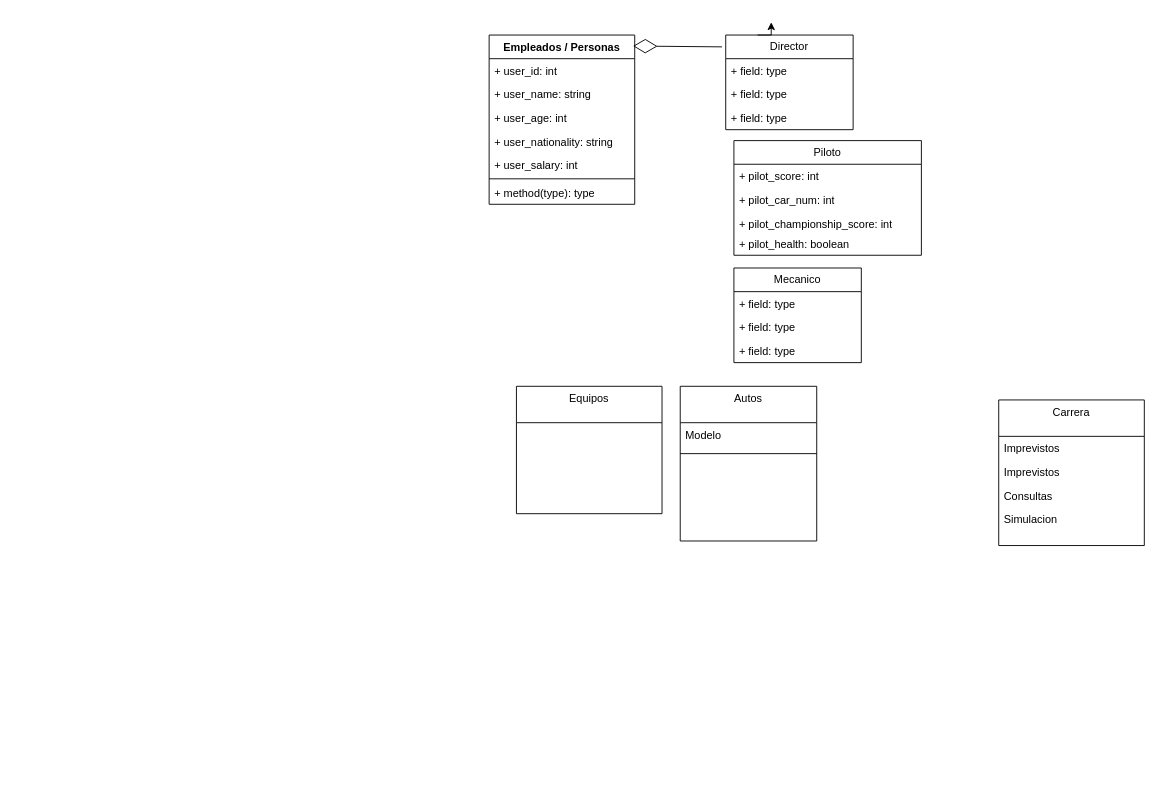
This is obligatorio_p1_diagrama.drawio from umjuan/obligatorio-p1-2023, a draw.io file, before an edit. Source tidied: cells renumbered, new cells numbered last; positions are measured from the earlier drawing's top-left corner, leaving out a move shared by most shapes. Both pictures are drawn from the tidied source at 91%, with x=0, y=0 at pixel (489, 22).
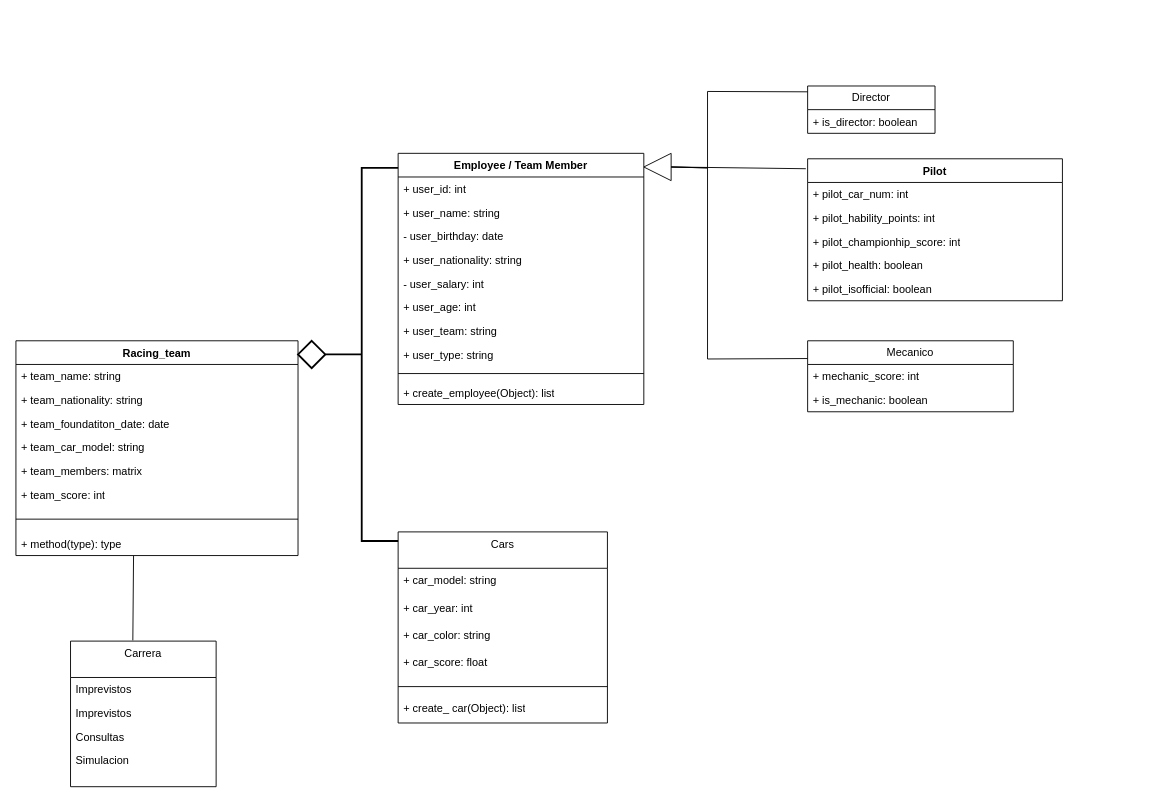
The same page after the edit.

Commit message:
Arreglos en diagrama

What changed in the source:
```diff
@@
-    <mxCell id="2" value="Autos" style="swimlane;fontStyle=0;align=center;verticalAlign=top;horizontal=1;startSize=40;rounded=0;shadow=0;strokeWidth=1;" parent="1" vertex="1">
-      <mxGeometry x="210" y="400" width="150" height="170" as="geometry" />
+    <mxCell id="2" value="Cars" style="swimlane;fontStyle=0;align=center;verticalAlign=top;horizontal=1;startSize=40;rounded=0;shadow=0;strokeWidth=1;" parent="1" vertex="1">
+      <mxGeometry x="-100" y="560" width="230" height="210" as="geometry" />
     </mxCell>
-    <mxCell id="3" value="Modelo" style="text;align=left;verticalAlign=top;spacingLeft=4;spacingRight=4;overflow=hidden;" parent="2" vertex="1">
-      <mxGeometry y="40" width="150" height="30" as="geometry" />
+    <mxCell id="3" value="+ car_model: string" style="text;align=left;verticalAlign=top;spacingLeft=4;spacingRight=4;overflow=hidden;" parent="2" vertex="1">
+      <mxGeometry y="40" width="230" height="30" as="geometry" />
     </mxCell>
+    <mxCell id="34" value="+ car_year: int" style="text;align=left;verticalAlign=top;spacingLeft=4;spacingRight=4;overflow=hidden;" parent="2" vertex="1">
+      <mxGeometry y="70" width="230" height="30" as="geometry" />
+    </mxCell>
+    <mxCell id="35" value="+ car_color: string" style="text;align=left;verticalAlign=top;spacingLeft=4;spacingRight=4;overflow=hidden;" parent="2" vertex="1">
+      <mxGeometry y="100" width="230" height="30" as="geometry" />
+    </mxCell>
+    <mxCell id="36" value="+ car_score: float" style="text;align=left;verticalAlign=top;spacingLeft=4;spacingRight=4;overflow=hidden;" parent="2" vertex="1">
+      <mxGeometry y="130" width="230" height="30" as="geometry" />
+    </mxCell>
     <mxCell id="4" style="line;html=1;strokeWidth=1;align=left;verticalAlign=middle;spacingTop=-1;spacingLeft=3;spacingRight=3;labelPosition=right;" parent="2" vertex="1">
-      <mxGeometry y="70" width="150" height="8" as="geometry" />
+      <mxGeometry y="160" width="230" height="20" as="geometry" />
     </mxCell>
-    <mxCell id="5" value="Equipos" style="swimlane;fontStyle=0;align=center;verticalAlign=top;horizontal=1;startSize=40;rounded=0;shadow=0;strokeWidth=1;" parent="1" vertex="1">
-      <mxGeometry x="30" y="400" width="160" height="140" as="geometry" />
-    </mxCell>
+    <mxCell id="37" value="+ create_ car(Object): list" style="text;strokeColor=none;fillColor=none;align=left;verticalAlign=top;spacingLeft=4;spacingRight=4;overflow=hidden;whiteSpace=wrap;html=1;" parent="2" vertex="1">
+      <mxGeometry y="180" width="230" height="26" as="geometry" />
+    </mxCell>
     <mxCell id="6" value="Carrera" style="swimlane;fontStyle=0;align=center;verticalAlign=top;horizontal=1;startSize=40;rounded=0;shadow=0;strokeWidth=1;" parent="1" vertex="1">
-      <mxGeometry x="560" y="415" width="160" height="160" as="geometry" />
+      <mxGeometry x="-460" y="680" width="160" height="160" as="geometry" />
     </mxCell>
@@
-    <mxCell id="11" value="Empleados / Personas" style="swimlane;fontStyle=1;align=center;verticalAlign=top;horizontal=1;startSize=26;whiteSpace=wrap;html=1;" parent="1" vertex="1">
-      <mxGeometry y="14" width="160" height="186" as="geometry" />
-    </mxCell>
-    <mxCell id="12" value="+ user_id: int" style="text;strokeColor=none;fillColor=none;align=left;verticalAlign=top;spacingLeft=4;spacingRight=4;overflow=hidden;whiteSpace=wrap;html=1;" parent="11" vertex="1">
-      <mxGeometry y="26" width="160" height="26" as="geometry" />
-    </mxCell>
-    <mxCell id="13" value="+ user_name: string" style="text;strokeColor=none;fillColor=none;align=left;verticalAlign=top;spacingLeft=4;spacingRight=4;overflow=hidden;whiteSpace=wrap;html=1;" parent="11" vertex="1">
-      <mxGeometry y="52" width="160" height="26" as="geometry" />
-    </mxCell>
-    <mxCell id="14" value="+ user_age: int" style="text;strokeColor=none;fillColor=none;align=left;verticalAlign=top;spacingLeft=4;spacingRight=4;overflow=hidden;whiteSpace=wrap;html=1;" parent="11" vertex="1">
-      <mxGeometry y="78" width="160" height="26" as="geometry" />
-    </mxCell>
-    <mxCell id="15" value="+ user_nationality: string" style="text;strokeColor=none;fillColor=none;align=left;verticalAlign=top;spacingLeft=4;spacingRight=4;overflow=hidden;whiteSpace=wrap;html=1;" parent="11" vertex="1">
-      <mxGeometry y="104" width="160" height="26" as="geometry" />
-    </mxCell>
-    <mxCell id="16" value="+ user_salary: int" style="text;strokeColor=none;fillColor=none;align=left;verticalAlign=top;spacingLeft=4;spacingRight=4;overflow=hidden;whiteSpace=wrap;html=1;" parent="11" vertex="1">
-      <mxGeometry y="130" width="160" height="26" as="geometry" />
-    </mxCell>
-    <mxCell id="17" style="line;strokeWidth=1;fillColor=none;align=left;verticalAlign=middle;spacingTop=-1;spacingLeft=3;spacingRight=3;labelPosition=right;strokeColor=inherit;" parent="11" vertex="1">
-      <mxGeometry y="156" width="160" height="4" as="geometry" />
-    </mxCell>
-    <mxCell id="18" value="+ method(type): type" style="text;strokeColor=none;fillColor=none;align=left;verticalAlign=top;spacingLeft=4;spacingRight=4;overflow=hidden;points=[[0,0.5],[1,0.5]];portConstraint=eastwest;whiteSpace=wrap;html=1;" parent="11" vertex="1">
-      <mxGeometry y="160" width="160" height="26" as="geometry" />
-    </mxCell>
-    <mxCell id="19" value="Piloto" style="swimlane;fontStyle=0;horizontal=1;startSize=26;fillColor=none;whiteSpace=wrap;html=1;" parent="1" vertex="1">
-      <mxGeometry x="269" y="130" width="206" height="126" as="geometry" />
-    </mxCell>
-    <mxCell id="20" value="+ pilot_score: int" style="text;strokeColor=none;fillColor=none;align=left;verticalAlign=top;spacingLeft=4;spacingRight=4;overflow=hidden;whiteSpace=wrap;html=1;" parent="19" vertex="1">
-      <mxGeometry y="26" width="206" height="26" as="geometry" />
-    </mxCell>
-    <mxCell id="21" value="+ pilot_car_num: int" style="text;strokeColor=none;fillColor=none;align=left;verticalAlign=top;spacingLeft=4;spacingRight=4;overflow=hidden;whiteSpace=wrap;html=1;" parent="19" vertex="1">
-      <mxGeometry y="52" width="206" height="26" as="geometry" />
-    </mxCell>
-    <mxCell id="22" value="+ pilot_championship_score: int" style="text;strokeColor=none;fillColor=none;align=left;verticalAlign=top;spacingLeft=4;spacingRight=4;overflow=hidden;whiteSpace=wrap;html=1;" parent="19" vertex="1">
-      <mxGeometry y="78" width="206" height="22" as="geometry" />
-    </mxCell>
+    <mxCell id="25" value="Director" style="swimlane;fontStyle=0;horizontal=1;startSize=26;fillColor=none;whiteSpace=wrap;html=1;" parent="1" vertex="1">
+      <mxGeometry x="350" y="70" width="140" height="52" as="geometry" />
+    </mxCell>
-    <mxCell id="23" value="+ pilot_health: boolean" style="text;strokeColor=none;fillColor=none;align=left;verticalAlign=top;spacingLeft=4;spacingRight=4;overflow=hidden;whiteSpace=wrap;html=1;" parent="19" vertex="1">
-      <mxGeometry y="100" width="206" height="26" as="geometry" />
+    <mxCell id="23" value="+ is_director: boolean" style="text;strokeColor=none;fillColor=none;align=left;verticalAlign=top;spacingLeft=4;spacingRight=4;overflow=hidden;whiteSpace=wrap;html=1;" parent="25" vertex="1">
+      <mxGeometry y="26" width="140" height="26" as="geometry" />
     </mxCell>
-    <mxCell id="24" style="edgeStyle=orthogonalEdgeStyle;rounded=0;jettySize=auto;html=1;exitX=0.25;exitY=0;exitDx=0;exitDy=0;" parent="1" edge="1" source="25">
-      <mxGeometry relative="1" as="geometry">
-        <mxPoint x="310" as="targetPoint" />
-      </mxGeometry>
-    </mxCell>
-    <mxCell id="25" value="Director" style="swimlane;fontStyle=0;horizontal=1;startSize=26;fillColor=none;whiteSpace=wrap;html=1;" parent="1" vertex="1">
-      <mxGeometry x="260" y="14" width="140" height="104" as="geometry" />
-    </mxCell>
-    <mxCell id="26" value="+ field: type" style="text;strokeColor=none;fillColor=none;align=left;verticalAlign=top;spacingLeft=4;spacingRight=4;overflow=hidden;whiteSpace=wrap;html=1;" parent="25" vertex="1">
-      <mxGeometry y="26" width="140" height="26" as="geometry" />
-    </mxCell>
-    <mxCell id="27" value="+ field: type" style="text;strokeColor=none;fillColor=none;align=left;verticalAlign=top;spacingLeft=4;spacingRight=4;overflow=hidden;whiteSpace=wrap;html=1;" parent="25" vertex="1">
-      <mxGeometry y="52" width="140" height="26" as="geometry" />
-    </mxCell>
-    <mxCell id="28" value="+ field: type" style="text;strokeColor=none;fillColor=none;align=left;verticalAlign=top;spacingLeft=4;spacingRight=4;overflow=hidden;whiteSpace=wrap;html=1;" parent="25" vertex="1">
-      <mxGeometry y="78" width="140" height="26" as="geometry" />
-    </mxCell>
     <mxCell id="29" value="Mecanico" style="swimlane;fontStyle=0;horizontal=1;startSize=26;fillColor=none;whiteSpace=wrap;html=1;" parent="1" vertex="1">
-      <mxGeometry x="269" y="270" width="140" height="104" as="geometry" />
+      <mxGeometry x="350" y="350" width="226" height="78" as="geometry" />
     </mxCell>
-    <mxCell id="30" value="+ field: type" style="text;strokeColor=none;fillColor=none;align=left;verticalAlign=top;spacingLeft=4;spacingRight=4;overflow=hidden;whiteSpace=wrap;html=1;" parent="29" vertex="1">
-      <mxGeometry y="26" width="140" height="26" as="geometry" />
+    <mxCell id="30" value="+ mechanic_score: int" style="text;strokeColor=none;fillColor=none;align=left;verticalAlign=top;spacingLeft=4;spacingRight=4;overflow=hidden;whiteSpace=wrap;html=1;" parent="29" vertex="1">
+      <mxGeometry y="26" width="226" height="26" as="geometry" />
     </mxCell>
-    <mxCell id="31" value="+ field: type" style="text;strokeColor=none;fillColor=none;align=left;verticalAlign=top;spacingLeft=4;spacingRight=4;overflow=hidden;whiteSpace=wrap;html=1;" parent="29" vertex="1">
-      <mxGeometry y="52" width="140" height="26" as="geometry" />
+    <mxCell id="31" value="+ is_mechanic: boolean" style="text;strokeColor=none;fillColor=none;align=left;verticalAlign=top;spacingLeft=4;spacingRight=4;overflow=hidden;whiteSpace=wrap;html=1;" parent="29" vertex="1">
+      <mxGeometry y="52" width="226" height="26" as="geometry" />
     </mxCell>
-    <mxCell id="32" value="+ field: type" style="text;strokeColor=none;fillColor=none;align=left;verticalAlign=top;spacingLeft=4;spacingRight=4;overflow=hidden;whiteSpace=wrap;html=1;" parent="29" vertex="1">
-      <mxGeometry y="78" width="140" height="26" as="geometry" />
-    </mxCell>
-    <mxCell id="33" style="endArrow=diamondThin;endFill=0;endSize=24;html=1;rounded=0;exitX=-0.029;exitY=0.125;exitDx=0;exitDy=0;exitPerimeter=0;entryX=0.988;entryY=0.065;entryDx=0;entryDy=0;entryPerimeter=0;" parent="1" edge="1" source="25" target="11">
-      <mxGeometry relative="1" as="geometry" />
-    </mxCell>
+    <mxCell id="38" style="endArrow=none;html=1;rounded=0;endSize=2;entryX=0;entryY=0.25;entryDx=0;entryDy=0;exitX=0;exitY=0.5;exitDx=0;exitDy=0;" parent="1" edge="1" source="39" target="29">
+      <mxGeometry relative="1" as="geometry">
+        <Array as="points">
+          <mxPoint x="240" y="160" />
+          <mxPoint x="240" y="370" />
+        </Array>
+      </mxGeometry>
+    </mxCell>
+    <mxCell id="39" style="triangle;whiteSpace=wrap;html=1;rotation=-180;" parent="1" vertex="1">
+      <mxGeometry x="170" y="144" width="30" height="30" as="geometry" />
+    </mxCell>
+    <mxCell id="40" value="Employee / Team Member" style="swimlane;fontStyle=1;align=center;verticalAlign=top;horizontal=1;startSize=26;whiteSpace=wrap;html=1;" parent="1" vertex="1">
+      <mxGeometry x="-100" y="144" width="270" height="276" as="geometry" />
+    </mxCell>
+    <mxCell id="12" value="+ user_id: int" style="text;strokeColor=none;fillColor=none;align=left;verticalAlign=top;spacingLeft=4;spacingRight=4;overflow=hidden;whiteSpace=wrap;html=1;" parent="40" vertex="1">
+      <mxGeometry y="26" width="270" height="26" as="geometry" />
+    </mxCell>
+    <mxCell id="13" value="+ user_name: string" style="text;strokeColor=none;fillColor=none;align=left;verticalAlign=top;spacingLeft=4;spacingRight=4;overflow=hidden;whiteSpace=wrap;html=1;" parent="40" vertex="1">
+      <mxGeometry y="52" width="270" height="26" as="geometry" />
+    </mxCell>
+    <mxCell id="41" value="- user_birthday: date" style="text;strokeColor=none;fillColor=none;align=left;verticalAlign=top;spacingLeft=4;spacingRight=4;overflow=hidden;whiteSpace=wrap;html=1;" parent="40" vertex="1">
+      <mxGeometry y="78" width="270" height="26" as="geometry" />
+    </mxCell>
+    <mxCell id="15" value="+ user_nationality: string" style="text;strokeColor=none;fillColor=none;align=left;verticalAlign=top;spacingLeft=4;spacingRight=4;overflow=hidden;whiteSpace=wrap;html=1;" parent="40" vertex="1">
+      <mxGeometry y="104" width="270" height="26" as="geometry" />
+    </mxCell>
+    <mxCell id="42" value="- user_salary: int" style="text;strokeColor=none;fillColor=none;align=left;verticalAlign=top;spacingLeft=4;spacingRight=4;overflow=hidden;whiteSpace=wrap;html=1;" parent="40" vertex="1">
+      <mxGeometry y="130" width="270" height="26" as="geometry" />
+    </mxCell>
+    <mxCell id="14" value="+ user_age: int" style="text;strokeColor=none;fillColor=none;align=left;verticalAlign=top;spacingLeft=4;spacingRight=4;overflow=hidden;whiteSpace=wrap;html=1;" parent="40" vertex="1">
+      <mxGeometry y="156" width="270" height="26" as="geometry" />
+    </mxCell>
+    <mxCell id="43" value="+ user_team: string" style="text;strokeColor=none;fillColor=none;align=left;verticalAlign=top;spacingLeft=4;spacingRight=4;overflow=hidden;whiteSpace=wrap;html=1;" parent="40" vertex="1">
+      <mxGeometry y="182" width="270" height="26" as="geometry" />
+    </mxCell>
+    <mxCell id="44" value="+ user_type: string" style="text;strokeColor=none;fillColor=none;align=left;verticalAlign=top;spacingLeft=4;spacingRight=4;overflow=hidden;whiteSpace=wrap;html=1;" parent="40" vertex="1">
+      <mxGeometry y="208" width="270" height="26" as="geometry" />
+    </mxCell>
+    <mxCell id="45" style="line;strokeWidth=1;fillColor=none;align=left;verticalAlign=middle;spacingTop=-1;spacingLeft=3;spacingRight=3;labelPosition=right;strokeColor=inherit;" parent="40" vertex="1">
+      <mxGeometry y="234" width="270" height="16" as="geometry" />
+    </mxCell>
+    <mxCell id="46" value="+ create_employee(Object): list" style="text;strokeColor=none;fillColor=none;align=left;verticalAlign=top;spacingLeft=4;spacingRight=4;overflow=hidden;whiteSpace=wrap;html=1;" parent="40" vertex="1">
+      <mxGeometry y="250" width="270" height="26" as="geometry" />
+    </mxCell>
+    <mxCell id="47" value="Pilot" style="swimlane;fontStyle=1;align=center;verticalAlign=top;horizontal=1;startSize=26;whiteSpace=wrap;html=1;" parent="1" vertex="1">
+      <mxGeometry x="350" y="150" width="280" height="156" as="geometry" />
+    </mxCell>
+    <mxCell id="21" value="+ pilot_car_num: int" style="text;strokeColor=none;fillColor=none;align=left;verticalAlign=top;spacingLeft=4;spacingRight=4;overflow=hidden;whiteSpace=wrap;html=1;" parent="47" vertex="1">
+      <mxGeometry y="26" width="280" height="26" as="geometry" />
+    </mxCell>
+    <mxCell id="48" value="+ pilot_hability_points: int" style="text;strokeColor=none;fillColor=none;align=left;verticalAlign=top;spacingLeft=4;spacingRight=4;overflow=hidden;whiteSpace=wrap;html=1;" parent="47" vertex="1">
+      <mxGeometry y="52" width="280" height="26" as="geometry" />
+    </mxCell>
+    <mxCell id="49" value="+ pilot_championhip_score: int" style="text;strokeColor=none;fillColor=none;align=left;verticalAlign=top;spacingLeft=4;spacingRight=4;overflow=hidden;whiteSpace=wrap;html=1;" parent="47" vertex="1">
+      <mxGeometry y="78" width="280" height="26" as="geometry" />
+    </mxCell>
+    <mxCell id="50" value="+ pilot_health: boolean" style="text;strokeColor=none;fillColor=none;align=left;verticalAlign=top;spacingLeft=4;spacingRight=4;overflow=hidden;whiteSpace=wrap;html=1;" parent="47" vertex="1">
+      <mxGeometry y="104" width="280" height="26" as="geometry" />
+    </mxCell>
+    <mxCell id="51" value="+ pilot_isofficial: boolean" style="text;strokeColor=none;fillColor=none;align=left;verticalAlign=top;spacingLeft=4;spacingRight=4;overflow=hidden;whiteSpace=wrap;html=1;" parent="47" vertex="1">
+      <mxGeometry y="130" width="280" height="26" as="geometry" />
+    </mxCell>
+    <mxCell id="52" style="endArrow=none;html=1;rounded=0;entryX=0;entryY=0.123;entryDx=0;entryDy=0;entryPerimeter=0;exitX=0;exitY=0.5;exitDx=0;exitDy=0;" parent="1" edge="1" source="39" target="25">
+      <mxGeometry relative="1" as="geometry">
+        <Array as="points">
+          <mxPoint x="240" y="160" />
+          <mxPoint x="240" y="76" />
+        </Array>
+      </mxGeometry>
+    </mxCell>
+    <mxCell id="53" style="endArrow=none;html=1;rounded=0;entryX=-0.007;entryY=0.07;entryDx=0;entryDy=0;entryPerimeter=0;exitX=0;exitY=0.5;exitDx=0;exitDy=0;" parent="1" edge="1" source="39" target="47">
+      <mxGeometry relative="1" as="geometry" />
+    </mxCell>
+    <mxCell id="54" value="Racing_team" style="swimlane;fontStyle=1;align=center;verticalAlign=top;horizontal=1;startSize=26;whiteSpace=wrap;html=1;" parent="1" vertex="1">
+      <mxGeometry x="-520" y="350" width="310" height="236" as="geometry" />
+    </mxCell>
+    <mxCell id="55" value="+ team_name: string" style="text;strokeColor=none;fillColor=none;align=left;verticalAlign=top;spacingLeft=4;spacingRight=4;overflow=hidden;whiteSpace=wrap;html=1;" parent="54" vertex="1">
+      <mxGeometry y="26" width="310" height="26" as="geometry" />
+    </mxCell>
+    <mxCell id="56" value="+ team_nationality: string" style="text;strokeColor=none;fillColor=none;align=left;verticalAlign=top;spacingLeft=4;spacingRight=4;overflow=hidden;whiteSpace=wrap;html=1;" parent="54" vertex="1">
+      <mxGeometry y="52" width="310" height="26" as="geometry" />
+    </mxCell>
+    <mxCell id="57" value="+ team_foundatiton_date: date" style="text;strokeColor=none;fillColor=none;align=left;verticalAlign=top;spacingLeft=4;spacingRight=4;overflow=hidden;whiteSpace=wrap;html=1;" parent="54" vertex="1">
+      <mxGeometry y="78" width="310" height="26" as="geometry" />
+    </mxCell>
+    <mxCell id="58" value="+ team_car_model: string" style="text;strokeColor=none;fillColor=none;align=left;verticalAlign=top;spacingLeft=4;spacingRight=4;overflow=hidden;whiteSpace=wrap;html=1;" parent="54" vertex="1">
+      <mxGeometry y="104" width="310" height="26" as="geometry" />
+    </mxCell>
+    <mxCell id="59" value="+ team_members: matrix" style="text;strokeColor=none;fillColor=none;align=left;verticalAlign=top;spacingLeft=4;spacingRight=4;overflow=hidden;whiteSpace=wrap;html=1;" parent="54" vertex="1">
+      <mxGeometry y="130" width="310" height="26" as="geometry" />
+    </mxCell>
+    <mxCell id="60" value="+ team_score: int" style="text;strokeColor=none;fillColor=none;align=left;verticalAlign=top;spacingLeft=4;spacingRight=4;overflow=hidden;whiteSpace=wrap;html=1;" parent="54" vertex="1">
+      <mxGeometry y="156" width="310" height="26" as="geometry" />
+    </mxCell>
+    <mxCell id="61" style="line;strokeWidth=1;fillColor=none;align=left;verticalAlign=middle;spacingTop=-1;spacingLeft=3;spacingRight=3;labelPosition=right;strokeColor=inherit;" parent="54" vertex="1">
+      <mxGeometry y="182" width="310" height="28" as="geometry" />
+    </mxCell>
+    <mxCell id="18" value="+ method(type): type" style="text;strokeColor=none;fillColor=none;align=left;verticalAlign=top;spacingLeft=4;spacingRight=4;overflow=hidden;points=[[0,0.5],[1,0.5]];portConstraint=eastwest;whiteSpace=wrap;html=1;" parent="54" vertex="1">
+      <mxGeometry y="210" width="310" height="26" as="geometry" />
+    </mxCell>
+    <mxCell id="62" style="strokeWidth=2;html=1;shape=mxgraph.flowchart.decision;whiteSpace=wrap;" parent="1" vertex="1">
+      <mxGeometry x="-210" y="350" width="30" height="30" as="geometry" />
+    </mxCell>
+    <mxCell id="63" style="strokeWidth=2;html=1;shape=mxgraph.flowchart.annotation_2;align=left;labelPosition=right;" parent="1" vertex="1">
+      <mxGeometry x="-180" y="160" width="80" height="410" as="geometry" />
+    </mxCell>
+    <mxCell id="64" style="endArrow=none;html=1;rounded=0;entryX=0.428;entryY=-0.005;entryDx=0;entryDy=0;entryPerimeter=0;exitX=0.417;exitY=1.012;exitDx=0;exitDy=0;exitPerimeter=0;" parent="1" edge="1" source="18" target="6">
+      <mxGeometry relative="1" as="geometry" />
+    </mxCell>
```
